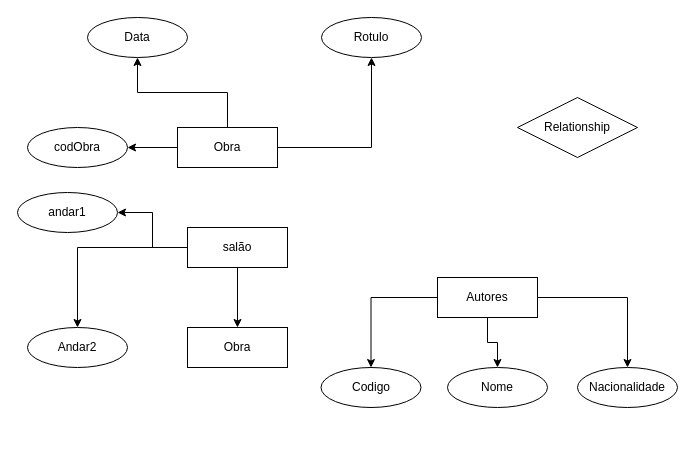
This is Diagrama sem nome.drawio from g-birocci/estudos, a draw.io file, before an edit. Source tidied: cells renumbered, new cells numbered last; positions are measured from the earlier drawing's top-left corner, leaving out a move shared by most shapes. Both pictures are drawn from the tidied source at 100%, with x=0, y=0 at pixel (17, 17).
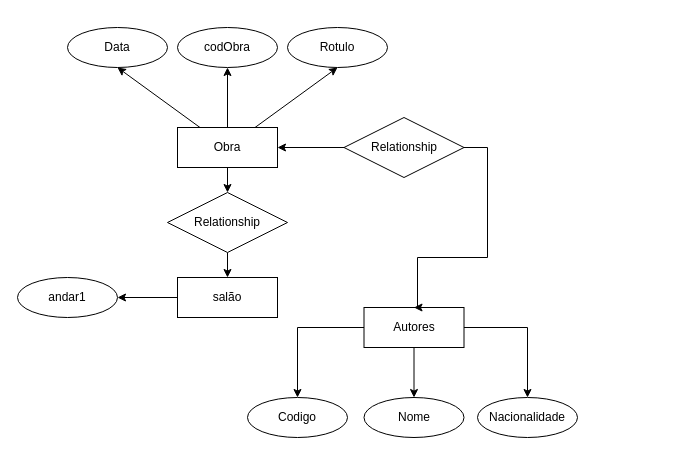
The same page after the edit.

Unchanged cells that the change refers to:
```xml
<mxCell id="6" value="Obra" style="whiteSpace=wrap;html=1;align=center;" parent="1" vertex="1">
  <mxGeometry x="160" y="110" width="100" height="40" as="geometry" />
</mxCell>
```

Diff of the diagram source:
```diff
@@
+    <mxCell id="24" style="edgeStyle=orthogonalEdgeStyle;rounded=0;jettySize=auto;html=1;entryX=0.5;entryY=0;entryDx=0;entryDy=0;" parent="1" edge="1" source="2" target="13">
+      <mxGeometry relative="1" as="geometry" />
+    </mxCell>
     <mxCell id="2" value="Relationship" style="shape=rhombus;perimeter=rhombusPerimeter;whiteSpace=wrap;html=1;align=center;" parent="1" vertex="1">
-      <mxGeometry x="500" y="80" width="120" height="60" as="geometry" />
+      <mxGeometry x="150" y="175" width="120" height="60" as="geometry" />
     </mxCell>
-    <mxCell id="3" style="edgeStyle=orthogonalEdgeStyle;rounded=0;jettySize=auto;html=1;entryX=0.5;entryY=1;entryDx=0;entryDy=0;" parent="1" edge="1" source="6" target="7">
+    <mxCell id="3" style="rounded=0;jettySize=auto;html=1;entryX=0.5;entryY=1;entryDx=0;entryDy=0;" parent="1" edge="1" source="6" target="7">
       <mxGeometry relative="1" as="geometry" />
     </mxCell>
-    <mxCell id="4" style="edgeStyle=orthogonalEdgeStyle;rounded=0;jettySize=auto;html=1;entryX=0.5;entryY=1;entryDx=0;entryDy=0;" parent="1" edge="1" source="6" target="8">
+    <mxCell id="4" style="rounded=0;jettySize=auto;html=1;entryX=0.5;entryY=1;entryDx=0;entryDy=0;" parent="1" edge="1" source="6" target="8">
       <mxGeometry relative="1" as="geometry" />
     </mxCell>
+    <mxCell id="25" style="edgeStyle=orthogonalEdgeStyle;rounded=0;jettySize=auto;html=1;entryX=0.5;entryY=0;entryDx=0;entryDy=0;" parent="1" edge="1" source="6" target="2">
+      <mxGeometry relative="1" as="geometry" />
+    </mxCell>
-    <mxCell id="5" style="edgeStyle=orthogonalEdgeStyle;rounded=0;jettySize=auto;html=1;entryX=1;entryY=0.5;entryDx=0;entryDy=0;" parent="1" edge="1" source="6" target="9">
+    <mxCell id="5" style="rounded=0;jettySize=auto;html=1;entryX=0.5;entryY=1;entryDx=0;entryDy=0;" parent="1" edge="1" source="6" target="9">
       <mxGeometry relative="1" as="geometry" />
     </mxCell>
@@
     <mxCell id="7" value="Rotulo" style="ellipse;whiteSpace=wrap;html=1;align=center;" parent="1" vertex="1">
-      <mxGeometry x="304" width="100" height="40" as="geometry" />
+      <mxGeometry x="270" y="10" width="100" height="40" as="geometry" />
     </mxCell>
     <mxCell id="8" value="Data" style="ellipse;whiteSpace=wrap;html=1;align=center;" parent="1" vertex="1">
-      <mxGeometry x="70" width="100" height="40" as="geometry" />
+      <mxGeometry x="50" y="10" width="100" height="40" as="geometry" />
     </mxCell>
     <mxCell id="9" value="codObra" style="ellipse;whiteSpace=wrap;html=1;align=center;" parent="1" vertex="1">
-      <mxGeometry x="10" y="110" width="100" height="40" as="geometry" />
+      <mxGeometry x="160" y="10" width="100" height="40" as="geometry" />
     </mxCell>
-    <mxCell id="10" style="edgeStyle=orthogonalEdgeStyle;rounded=0;jettySize=auto;html=1;entryX=0.5;entryY=0;entryDx=0;entryDy=0;" parent="1" edge="1" source="13" target="15">
-      <mxGeometry relative="1" as="geometry" />
-    </mxCell>
@@
-    <mxCell id="12" style="edgeStyle=orthogonalEdgeStyle;rounded=0;jettySize=auto;html=1;" parent="1" edge="1" source="13" target="23">
-      <mxGeometry relative="1" as="geometry" />
-    </mxCell>
     <mxCell id="13" value="salão" style="whiteSpace=wrap;html=1;align=center;" parent="1" vertex="1">
-      <mxGeometry x="170" y="210" width="100" height="40" as="geometry" />
+      <mxGeometry x="160" y="260" width="100" height="40" as="geometry" />
     </mxCell>
     <mxCell id="14" value="andar1" style="ellipse;whiteSpace=wrap;html=1;align=center;" parent="1" vertex="1">
-      <mxGeometry y="175" width="100" height="40" as="geometry" />
+      <mxGeometry y="260" width="100" height="40" as="geometry" />
     </mxCell>
-    <mxCell id="15" value="Andar2" style="ellipse;whiteSpace=wrap;html=1;align=center;" parent="1" vertex="1">
-      <mxGeometry x="10" y="310" width="100" height="40" as="geometry" />
-    </mxCell>
@@
-    <mxCell id="18" style="edgeStyle=orthogonalEdgeStyle;rounded=0;jettySize=auto;html=1;entryX=0.5;entryY=0;entryDx=0;entryDy=0;" parent="1" edge="1" source="19" target="22">
+    <mxCell id="18" style="edgeStyle=orthogonalEdgeStyle;rounded=0;jettySize=auto;html=1;" parent="1" edge="1" source="19" target="22">
       <mxGeometry relative="1" as="geometry" />
     </mxCell>
     <mxCell id="19" value="Autores" style="whiteSpace=wrap;html=1;align=center;" parent="1" vertex="1">
-      <mxGeometry x="420" y="260" width="100" height="40" as="geometry" />
+      <mxGeometry x="346.5" y="290" width="100" height="40" as="geometry" />
     </mxCell>
     <mxCell id="20" value="Codigo" style="ellipse;whiteSpace=wrap;html=1;align=center;" parent="1" vertex="1">
-      <mxGeometry x="303.5" y="350" width="100" height="40" as="geometry" />
+      <mxGeometry x="230" y="380" width="100" height="40" as="geometry" />
     </mxCell>
     <mxCell id="21" value="Nome" style="ellipse;whiteSpace=wrap;html=1;align=center;" parent="1" vertex="1">
-      <mxGeometry x="430" y="350" width="100" height="40" as="geometry" />
+      <mxGeometry x="346.5" y="380" width="100" height="40" as="geometry" />
     </mxCell>
     <mxCell id="22" value="Nacionalidade" style="ellipse;whiteSpace=wrap;html=1;align=center;" parent="1" vertex="1">
-      <mxGeometry x="560" y="350" width="100" height="40" as="geometry" />
+      <mxGeometry x="460" y="380" width="100" height="40" as="geometry" />
     </mxCell>
-    <mxCell id="23" value="Obra" style="whiteSpace=wrap;html=1;align=center;" parent="1" vertex="1">
-      <mxGeometry x="170" y="310" width="100" height="40" as="geometry" />
-    </mxCell>
+    <mxCell id="26" style="edgeStyle=orthogonalEdgeStyle;rounded=0;jettySize=auto;html=1;entryX=0.5;entryY=0;entryDx=0;entryDy=0;" parent="1" edge="1" source="28" target="19">
+      <mxGeometry relative="1" as="geometry">
+        <Array as="points">
+          <mxPoint x="470" y="240" />
+          <mxPoint x="400" y="240" />
+          <mxPoint x="400" y="290" />
+        </Array>
+      </mxGeometry>
+    </mxCell>
+    <mxCell id="27" style="edgeStyle=orthogonalEdgeStyle;rounded=0;jettySize=auto;html=1;entryX=1;entryY=0.5;entryDx=0;entryDy=0;" parent="1" edge="1" source="28" target="6">
+      <mxGeometry relative="1" as="geometry" />
+    </mxCell>
+    <mxCell id="28" value="Relationship" style="shape=rhombus;perimeter=rhombusPerimeter;whiteSpace=wrap;html=1;align=center;" parent="1" vertex="1">
+      <mxGeometry x="326.5" y="100" width="120" height="60" as="geometry" />
+    </mxCell>
```
